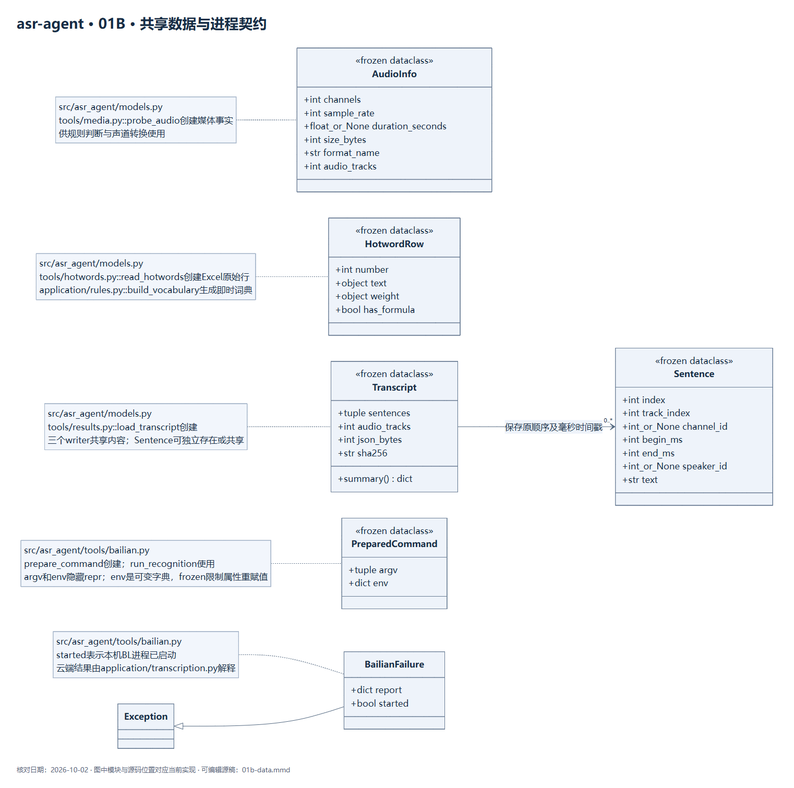
Earlier version of the Mermaid export doc/uml/01b-data.png (hx101700/asr-agent). Its source is kept beside it as doc/uml/01b-data.mmd.
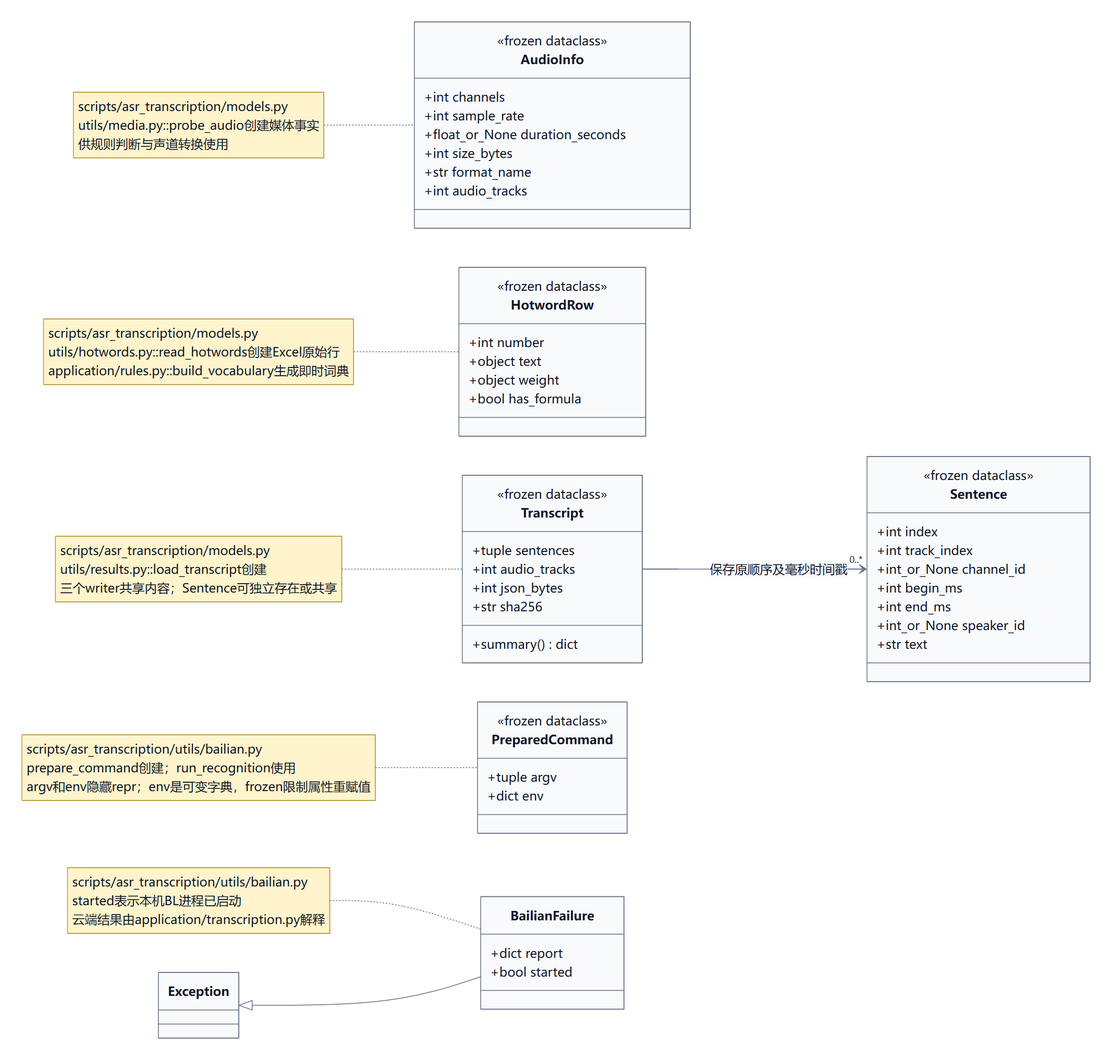
Above is the later version.

What changed in the source:
```diff
@@ -46,8 +46,8 @@
 class Exception
 Transcript --> "0..*" Sentence : 保存原顺序及毫秒时间戳
 Exception <|-- BailianFailure
-note for AudioInfo "src/asr_agent/models.py<br/>tools/media.py::probe_audio创建媒体事实<br/>供规则判断与声道转换使用"
-note for HotwordRow "src/asr_agent/models.py<br/>tools/hotwords.py::read_hotwords创建Excel原始行<br/>application/rules.py::build_vocabulary生成即时词典"
-note for Transcript "src/asr_agent/models.py<br/>tools/results.py::load_transcript创建<br/>三个writer共享内容；Sentence可独立存在或共享"
-note for PreparedCommand "src/asr_agent/tools/bailian.py<br/>prepare_command创建；run_recognition使用<br/>argv和env隐藏repr；env是可变字典，frozen限制属性重赋值"
-note for BailianFailure "src/asr_agent/tools/bailian.py<br/>started表示本机BL进程已启动<br/>云端结果由application/transcription.py解释"
+note for AudioInfo "scripts/asr_transcription/models.py<br/>utils/media.py::probe_audio创建媒体事实<br/>供规则判断与声道转换使用"
+note for HotwordRow "scripts/asr_transcription/models.py<br/>utils/hotwords.py::read_hotwords创建Excel原始行<br/>application/rules.py::build_vocabulary生成即时词典"
+note for Transcript "scripts/asr_transcription/models.py<br/>utils/results.py::load_transcript创建<br/>三个writer共享内容；Sentence可独立存在或共享"
+note for PreparedCommand "scripts/asr_transcription/utils/bailian.py<br/>prepare_command创建；run_recognition使用<br/>argv和env隐藏repr；env是可变字典，frozen限制属性重赋值"
+note for BailianFailure "scripts/asr_transcription/utils/bailian.py<br/>started表示本机BL进程已启动<br/>云端结果由application/transcription.py解释"
```
